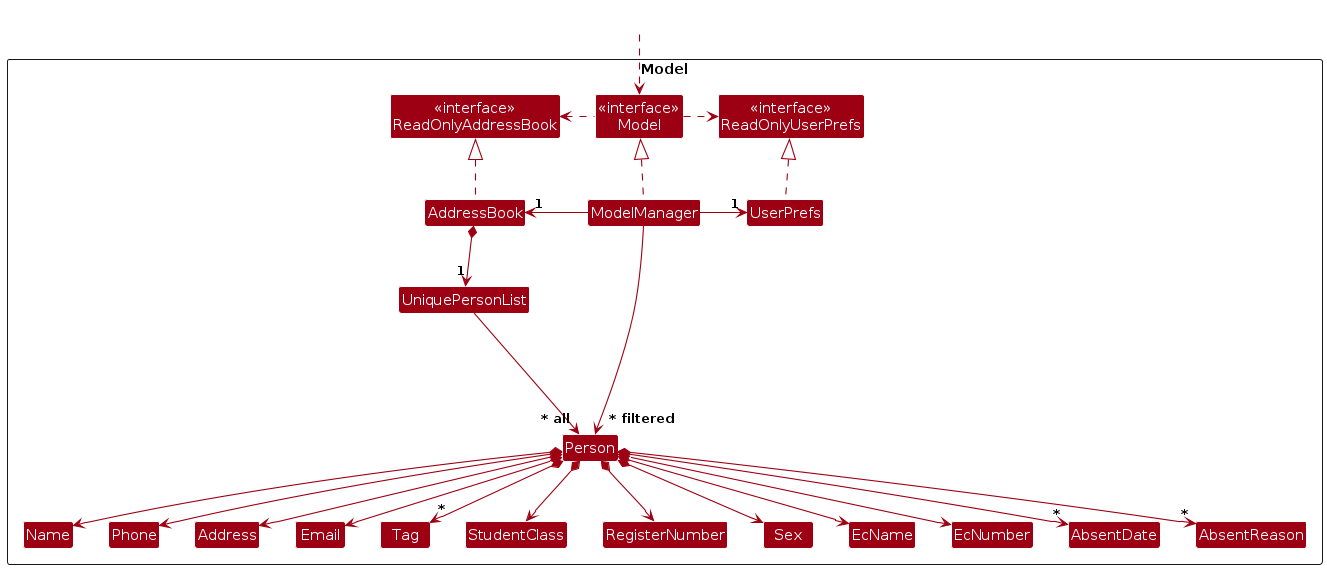
The PlantUML diagram diagrams/ModelClassDiagram.png in AY2425S1-CS2103-F12-4/tp, before a commit. Its source is kept beside it as diagrams/ModelClassDiagram.puml.
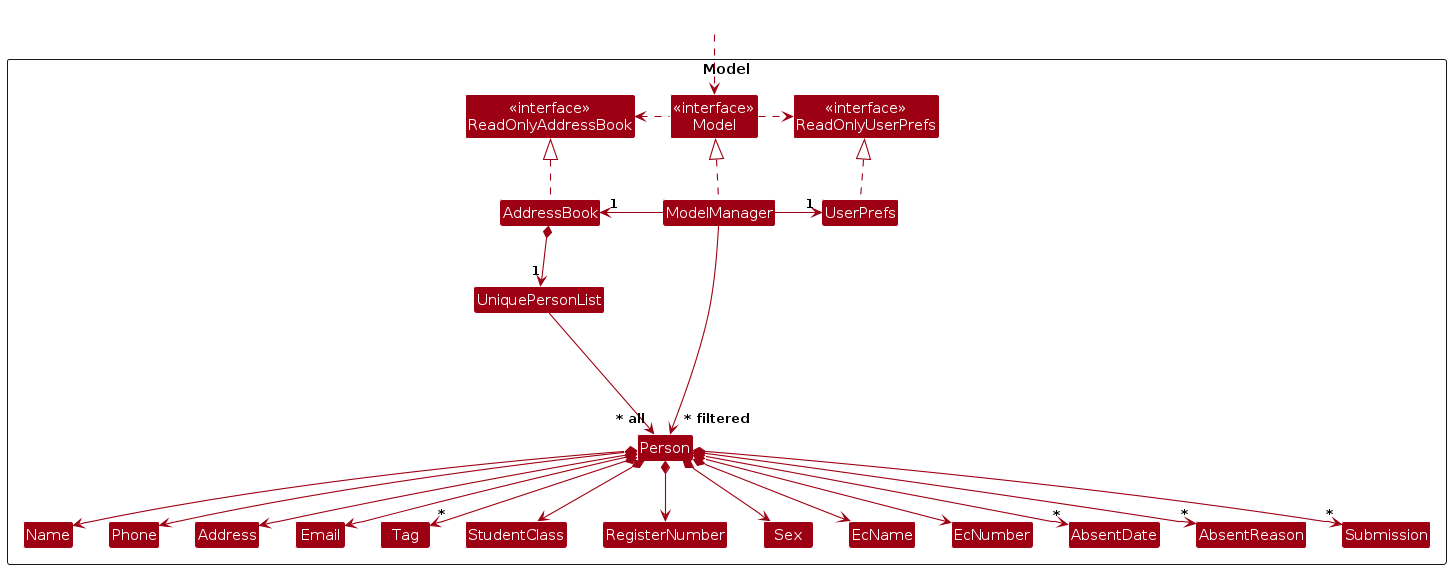
Later version of the same file.

What changed in the source:
```diff
@@ -26,6 +26,7 @@
 Class EcNumber
 Class AbsentDate
 Class AbsentReason
+Class Submission
 
 Class I #FFFFFF
 }
@@ -56,6 +57,7 @@
 Person *--> EcNumber
 Person *--> "*" AbsentReason
 Person *--> "*" AbsentDate
+Person *--> "*" Submission
 
 Person -[hidden]up--> I
 UniquePersonList -[hidden]right-> I
```
